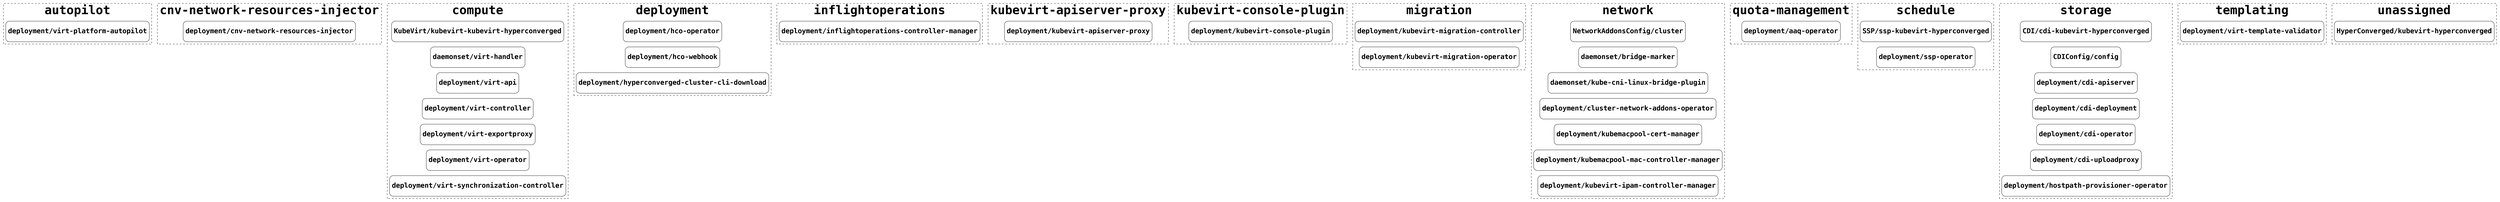
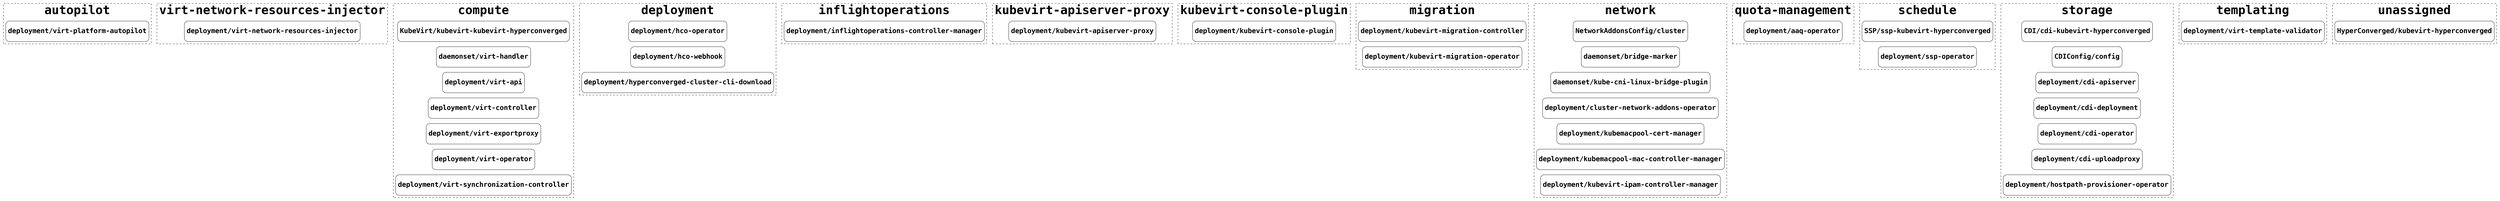
digraph component {
	graph [rankdir=LR]
	node [fontname="Courier-Bold" fontsize=24 height=1 shape=box style=rounded width=3]
	subgraph cluster_autopilot {
		fontname="Courier-Bold" fontsize=42 group=autopilot label=autopilot rank=same style=dashed
		"deployment/virt-platform-autopilot" [label="deployment/virt-platform-autopilot"]
	}
- 	subgraph "cluster_cnv-network-resources-injector" {
- 		fontname="Courier-Bold" fontsize=42 group="cnv-network-resources-injector" label="cnv-network-resources-injector" rank=same style=dashed
- 		"deployment/cnv-network-resources-injector" [label="deployment/cnv-network-resources-injector"]
+ 	subgraph "cluster_virt-network-resources-injector" {
+ 		fontname="Courier-Bold" fontsize=42 group="virt-network-resources-injector" label="virt-network-resources-injector" rank=same style=dashed
+ 		"deployment/virt-network-resources-injector" [label="deployment/virt-network-resources-injector"]
	}
	subgraph cluster_compute {
		fontname="Courier-Bold" fontsize=42 group=compute label=compute rank=same style=dashed
		"KubeVirt/kubevirt-kubevirt-hyperconverged" [label="KubeVirt/kubevirt-kubevirt-hyperconverged"]
		"daemonset/virt-handler" [label="daemonset/virt-handler"]
		"deployment/virt-api" [label="deployment/virt-api"]
		"deployment/virt-controller" [label="deployment/virt-controller"]
		"deployment/virt-exportproxy" [label="deployment/virt-exportproxy"]
		"deployment/virt-operator" [label="deployment/virt-operator"]
		"deployment/virt-synchronization-controller" [label="deployment/virt-synchronization-controller"]
	}
	subgraph cluster_deployment {
		fontname="Courier-Bold" fontsize=42 group=deployment label=deployment rank=same style=dashed
		"deployment/hco-operator" [label="deployment/hco-operator"]
		"deployment/hco-webhook" [label="deployment/hco-webhook"]
		"deployment/hyperconverged-cluster-cli-download" [label="deployment/hyperconverged-cluster-cli-download"]
	}
	subgraph cluster_inflightoperations {
		fontname="Courier-Bold" fontsize=42 group=inflightoperations label=inflightoperations rank=same style=dashed
		"deployment/inflightoperations-controller-manager" [label="deployment/inflightoperations-controller-manager"]
	}
	subgraph "cluster_kubevirt-apiserver-proxy" {
		fontname="Courier-Bold" fontsize=42 group="kubevirt-apiserver-proxy" label="kubevirt-apiserver-proxy" rank=same style=dashed
		"deployment/kubevirt-apiserver-proxy" [label="deployment/kubevirt-apiserver-proxy"]
	}
	subgraph "cluster_kubevirt-console-plugin" {
		fontname="Courier-Bold" fontsize=42 group="kubevirt-console-plugin" label="kubevirt-console-plugin" rank=same style=dashed
		"deployment/kubevirt-console-plugin" [label="deployment/kubevirt-console-plugin"]
	}
	subgraph cluster_migration {
		fontname="Courier-Bold" fontsize=42 group=migration label=migration rank=same style=dashed
		"deployment/kubevirt-migration-controller" [label="deployment/kubevirt-migration-controller"]
		"deployment/kubevirt-migration-operator" [label="deployment/kubevirt-migration-operator"]
	}
	subgraph cluster_network {
		fontname="Courier-Bold" fontsize=42 group=network label=network rank=same style=dashed
		"NetworkAddonsConfig/cluster" [label="NetworkAddonsConfig/cluster"]
		"daemonset/bridge-marker" [label="daemonset/bridge-marker"]
		"daemonset/kube-cni-linux-bridge-plugin" [label="daemonset/kube-cni-linux-bridge-plugin"]
		"deployment/cluster-network-addons-operator" [label="deployment/cluster-network-addons-operator"]
		"deployment/kubemacpool-cert-manager" [label="deployment/kubemacpool-cert-manager"]
		"deployment/kubemacpool-mac-controller-manager" [label="deployment/kubemacpool-mac-controller-manager"]
		"deployment/kubevirt-ipam-controller-manager" [label="deployment/kubevirt-ipam-controller-manager"]
	}
	subgraph "cluster_quota-management" {
		fontname="Courier-Bold" fontsize=42 group="quota-management" label="quota-management" rank=same style=dashed
		"deployment/aaq-operator" [label="deployment/aaq-operator"]
	}
	subgraph cluster_schedule {
		fontname="Courier-Bold" fontsize=42 group=schedule label=schedule rank=same style=dashed
		"SSP/ssp-kubevirt-hyperconverged" [label="SSP/ssp-kubevirt-hyperconverged"]
		"deployment/ssp-operator" [label="deployment/ssp-operator"]
	}
	subgraph cluster_storage {
		fontname="Courier-Bold" fontsize=42 group=storage label=storage rank=same style=dashed
		"CDI/cdi-kubevirt-hyperconverged" [label="CDI/cdi-kubevirt-hyperconverged"]
		"CDIConfig/config" [label="CDIConfig/config"]
		"deployment/cdi-apiserver" [label="deployment/cdi-apiserver"]
		"deployment/cdi-deployment" [label="deployment/cdi-deployment"]
		"deployment/cdi-operator" [label="deployment/cdi-operator"]
		"deployment/cdi-uploadproxy" [label="deployment/cdi-uploadproxy"]
		"deployment/hostpath-provisioner-operator" [label="deployment/hostpath-provisioner-operator"]
	}
	subgraph cluster_templating {
		fontname="Courier-Bold" fontsize=42 group=templating label=templating rank=same style=dashed
		"deployment/virt-template-validator" [label="deployment/virt-template-validator"]
	}
	subgraph cluster_unassigned {
		fontname="Courier-Bold" fontsize=42 group=unassigned label=unassigned rank=same style=dashed
		"HyperConverged/kubevirt-hyperconverged" [label="HyperConverged/kubevirt-hyperconverged"]
	}
	edge [style=invis]
- 	"deployment/virt-platform-autopilot" -> "deployment/cnv-network-resources-injector"
- 	"deployment/cnv-network-resources-injector" -> "KubeVirt/kubevirt-kubevirt-hyperconverged"
+ 	"deployment/virt-platform-autopilot" -> "deployment/virt-network-resources-injector"
+ 	"deployment/virt-network-resources-injector" -> "KubeVirt/kubevirt-kubevirt-hyperconverged"
	"KubeVirt/kubevirt-kubevirt-hyperconverged" -> "deployment/hco-operator"
	"deployment/hco-operator" -> "deployment/inflightoperations-controller-manager"
	"deployment/inflightoperations-controller-manager" -> "deployment/kubevirt-apiserver-proxy"
	"deployment/kubevirt-apiserver-proxy" -> "deployment/kubevirt-console-plugin"
	"deployment/kubevirt-console-plugin" -> "deployment/kubevirt-migration-controller"
	"deployment/kubevirt-migration-controller" -> "NetworkAddonsConfig/cluster"
	"NetworkAddonsConfig/cluster" -> "deployment/aaq-operator"
	"deployment/aaq-operator" -> "SSP/ssp-kubevirt-hyperconverged"
	"SSP/ssp-kubevirt-hyperconverged" -> "CDI/cdi-kubevirt-hyperconverged"
	"CDI/cdi-kubevirt-hyperconverged" -> "deployment/virt-template-validator"
	"deployment/virt-template-validator" -> "HyperConverged/kubevirt-hyperconverged"
}
